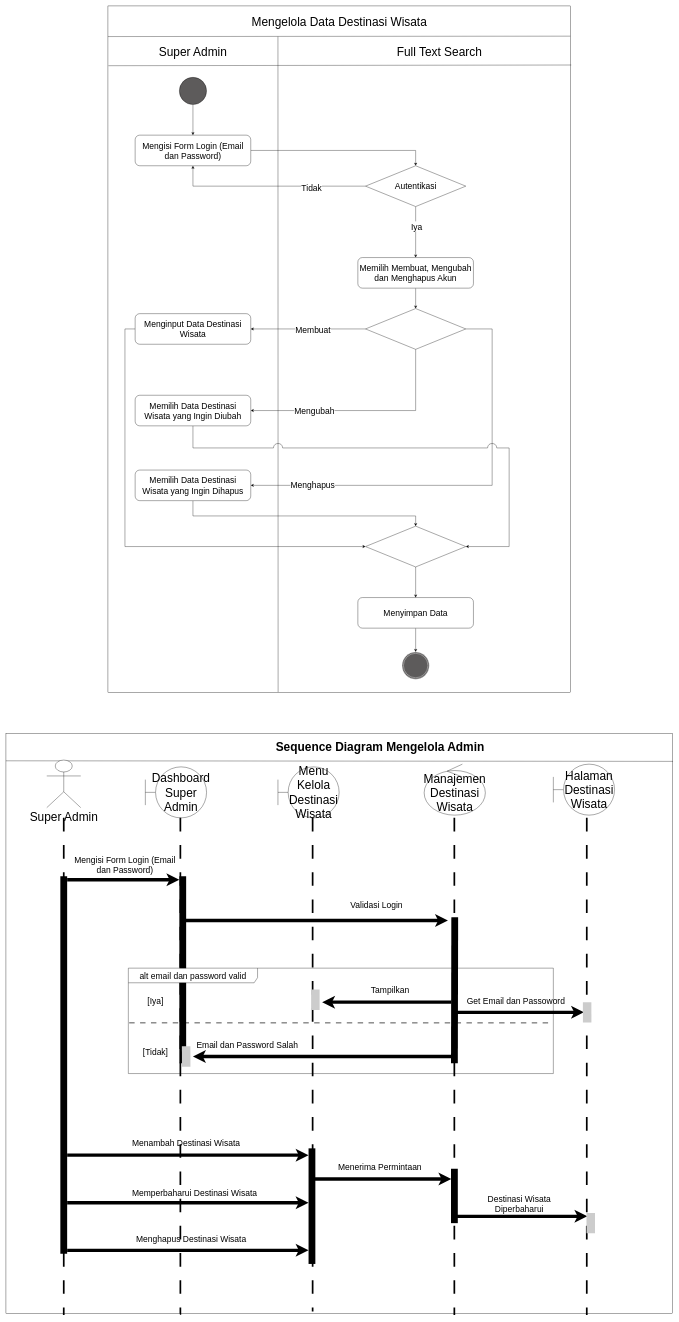
Above: page "Activity dan Sequence Admin" (6 of 7) of Untitled Diagram.drawio in agungsaraswati/UML (draw.io), before the change. Source tidied: cells renumbered, new cells numbered last; positions are measured from the earlier drawing's top-left corner, leaving out a move shared by most shapes. Both pictures are drawn from the tidied source at 34%, with x=0, y=0 at pixel (6, 6).
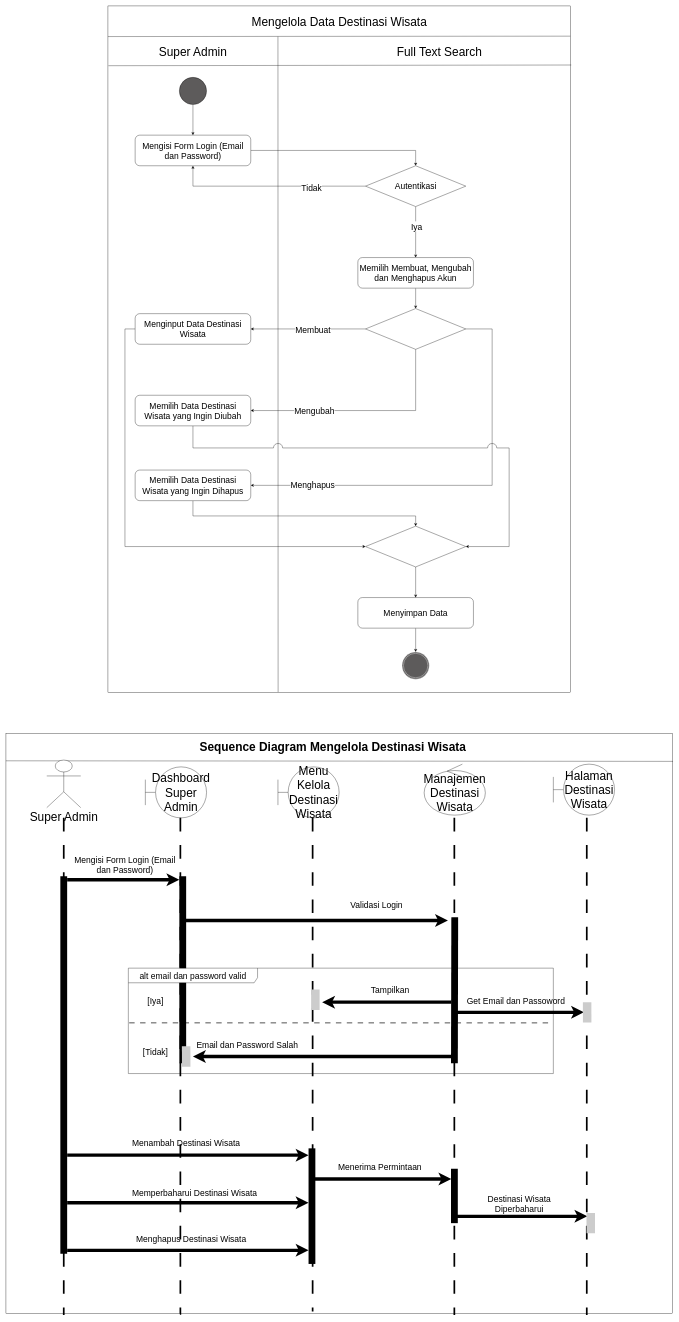
The same page after the edit.

What changed in the source:
```diff
@@
-    <mxCell id="3" value="&lt;font style=&quot;font-size: 35px;&quot;&gt;&lt;b&gt;Sequence Diagram Mengelola Admin&lt;/b&gt;&lt;/font&gt;" style="text;html=1;align=center;verticalAlign=middle;whiteSpace=wrap;rounded=0;" parent="1" vertex="1">
-      <mxGeometry x="757.5" y="2165" width="685" height="30" as="geometry" />
+    <mxCell id="3" value="&lt;font style=&quot;font-size: 35px;&quot;&gt;&lt;b&gt;Sequence Diagram Mengelola Destinasi Wisata&lt;/b&gt;&lt;/font&gt;" style="text;html=1;align=center;verticalAlign=middle;whiteSpace=wrap;rounded=0;" parent="1" vertex="1">
+      <mxGeometry x="530" y="2165" width="862.5" height="30" as="geometry" />
     </mxCell>
```
